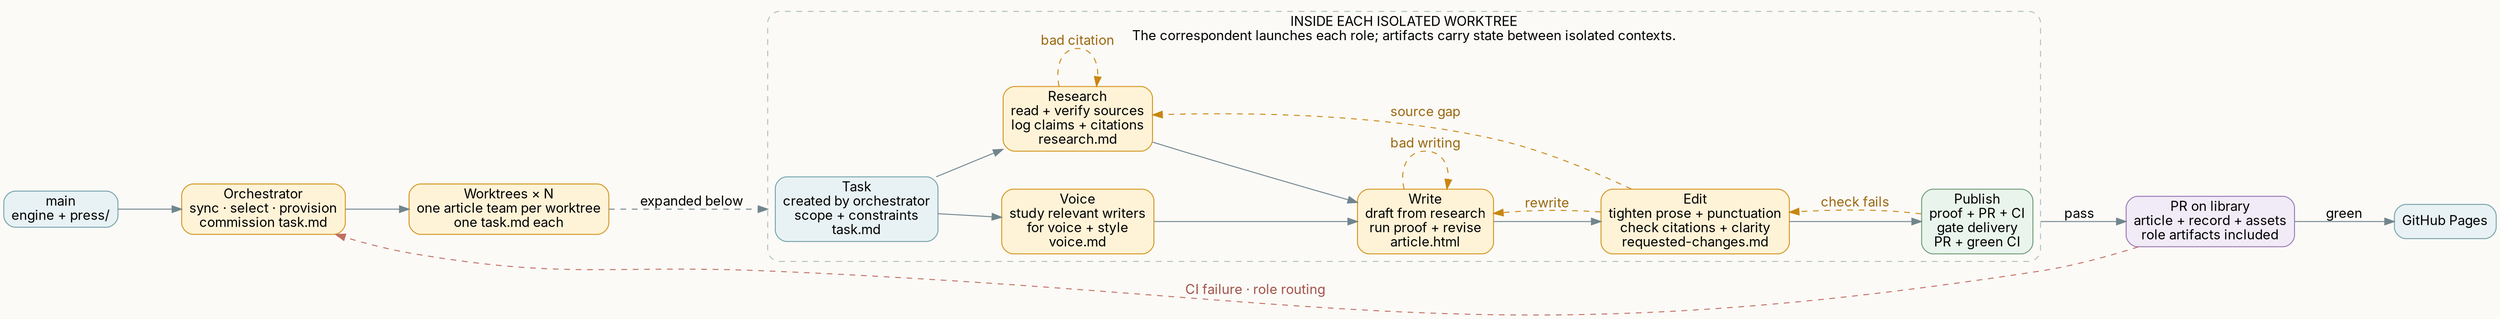
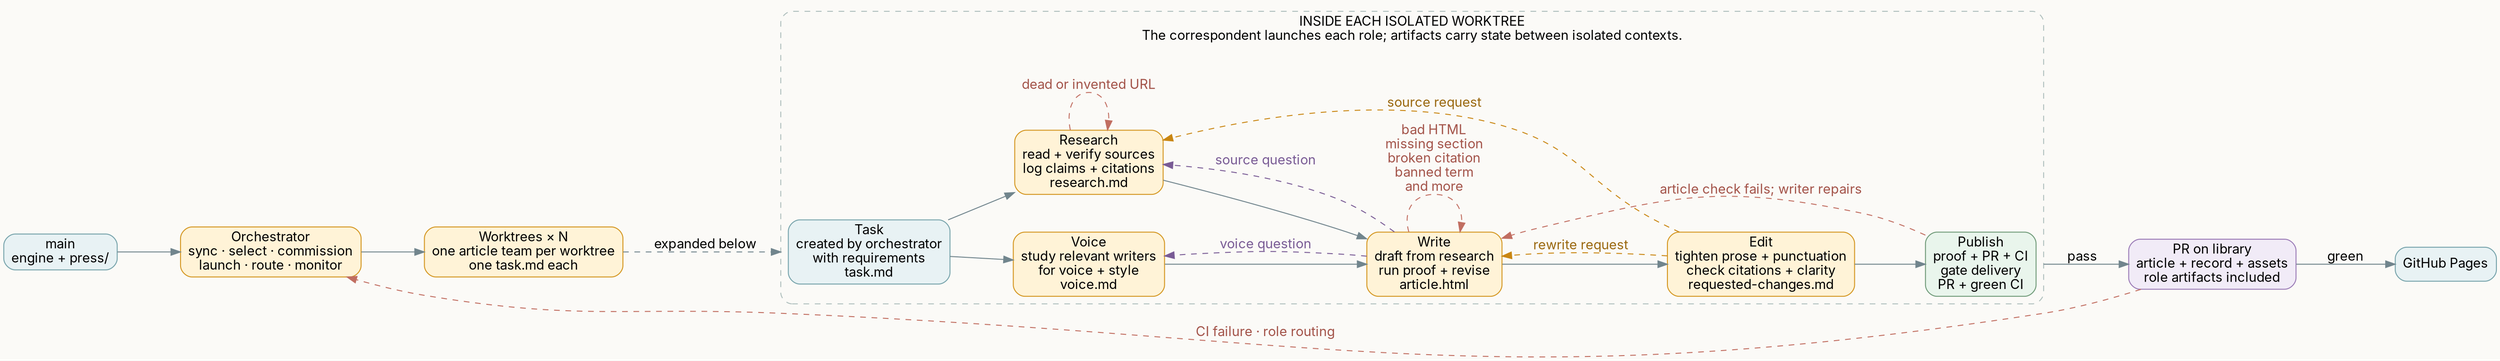
// Editable graph specification for architecture.svg.
// The checked-in SVG keeps fixed coordinates so its routes stay legible in the README.
digraph nightly_build {
  graph [
    bgcolor="#fbfaf7"
    compound=true
    fontname="Inter"
    nodesep=0.55
    rankdir=LR
    ranksep=0.9
    splines=spline
  ]
  node [
    color="#d49620"
    fillcolor="#fff3d7"
    fontname="Inter"
    shape=box
    style="filled,rounded"
  ]
  edge [color="#71858d" fontname="Inter"]

  main [color="#76a3ab" fillcolor="#e8f2f4" label="main\nengine + press/"]
-   orchestrator [label="Orchestrator\nsync · select · provision\ncommission task.md"]
+   orchestrator [label="Orchestrator\nsync · select · commission\nlaunch · route · monitor"]
  worktrees [label="Worktrees × N\none article team per worktree\none task.md each"]
  pull_request [color="#9a7ab6" fillcolor="#f1ebf7" label="PR on library\narticle + record + assets\nrole artifacts included"]
  pages [color="#76a3ab" fillcolor="#e8f2f4" label="GitHub Pages"]

  main -> orchestrator
  orchestrator -> worktrees
  pull_request -> pages [label="green"]
  pull_request -> orchestrator [
    color="#c16e61"
    constraint=false
    fontcolor="#a35349"
    label="CI failure · role routing"
    style=dashed
  ]

  subgraph cluster_worktree {
    color="#afbfbd"
    fontname="Inter"
    label="INSIDE EACH ISOLATED WORKTREE\nThe correspondent launches each role; artifacts carry state between isolated contexts."
    style="dashed,rounded"

-     task [color="#76a3ab" fillcolor="#e8f2f4" label="Task\ncreated by orchestrator\nscope + constraints\ntask.md"]
+     task [color="#76a3ab" fillcolor="#e8f2f4" label="Task\ncreated by orchestrator\nwith requirements\ntask.md"]
    voice [label="Voice\nstudy relevant writers\nfor voice + style\nvoice.md"]
    research [label="Research\nread + verify sources\nlog claims + citations\nresearch.md"]
    write [label="Write\ndraft from research\nrun proof + revise\narticle.html"]
    edit [label="Edit\ntighten prose + punctuation\ncheck citations + clarity\nrequested-changes.md"]
    publish [color="#6f9a78" fillcolor="#e9f5ec" label="Publish\nproof + PR + CI\ngate delivery\nPR + green CI"]

    task -> voice
    task -> research
    voice -> write
    research -> write -> edit -> publish
-     research -> research [color="#c98612" fontcolor="#9a680f" label="bad citation" style=dashed]
-     write -> write [color="#c98612" fontcolor="#9a680f" label="bad writing" style=dashed]
-     edit -> research [color="#c98612" constraint=false fontcolor="#9a680f" label="source gap" style=dashed]
-     edit -> write [color="#c98612" constraint=false fontcolor="#9a680f" label="rewrite" style=dashed]
-     publish -> edit [color="#c98612" constraint=false fontcolor="#9a680f" label="check fails" style=dashed]
+     research -> research [color="#c16e61" fontcolor="#a35349" label="dead or invented URL" style=dashed]
+     write -> write [color="#c16e61" fontcolor="#a35349" label="bad HTML\nmissing section\nbroken citation\nbanned term\nand more" style=dashed]
+     write -> voice [color="#795b95" constraint=false fontcolor="#795b95" label="voice question" style=dashed]
+     write -> research [color="#795b95" constraint=false fontcolor="#795b95" label="source question" style=dashed]
+     edit -> research [color="#c98612" constraint=false fontcolor="#9a680f" label="source request" style=dashed]
+     edit -> write [color="#c98612" constraint=false fontcolor="#9a680f" label="rewrite request" style=dashed]
+     publish -> write [color="#c16e61" constraint=false fontcolor="#a35349" label="article check fails; writer repairs" style=dashed]
  }

  worktrees -> task [lhead=cluster_worktree label="expanded below" style=dashed]
  publish -> pull_request [ltail=cluster_worktree label="pass"]
}
